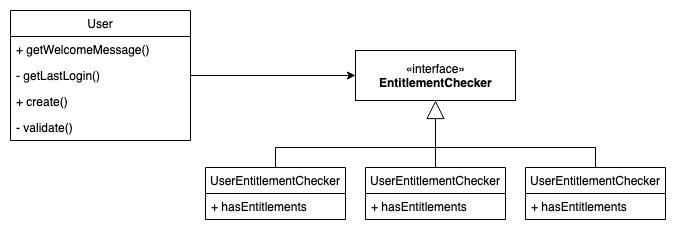
This is media/SOLID-single-responsibility-principle/EntitlementCheckers.png from JustinDFuller/medium-stories, a draw.io export, as it was before one commit. Source tidied: cells renumbered, new cells last; positions are measured from the earlier drawing's top-left corner, leaving out a move shared by most shapes.
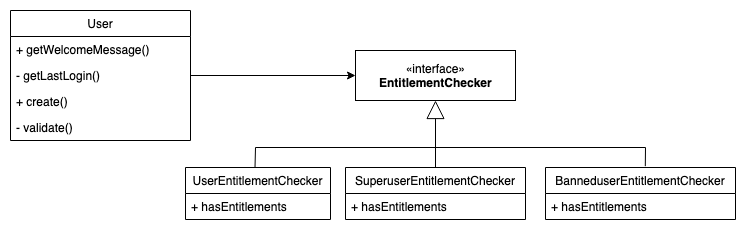
The same diagram one commit later.

Change to the diagram source:
```diff
@@ -24,46 +24,48 @@
       <mxGeometry relative="1" as="geometry" />
     </mxCell>
     <mxCell id="9" value="UserEntitlementChecker" style="swimlane;fontStyle=0;horizontal=1;startSize=26;fillColor=none;" parent="1" vertex="1">
-      <mxGeometry x="195" y="157" width="140" height="52" as="geometry" />
+      <mxGeometry x="175" y="157" width="145" height="52" as="geometry" />
     </mxCell>
     <mxCell id="10" value="+ hasEntitlements" style="text;strokeColor=none;fillColor=none;align=left;verticalAlign=top;spacingLeft=4;spacingRight=4;overflow=hidden;" parent="9" vertex="1">
-      <mxGeometry y="26" width="140" height="26" as="geometry" />
+      <mxGeometry y="26" width="145" height="26" as="geometry" />
     </mxCell>
-    <mxCell id="11" value="UserEntitlementChecker" style="swimlane;fontStyle=0;horizontal=1;startSize=26;fillColor=none;" parent="1" vertex="1">
-      <mxGeometry x="515" y="157" width="140" height="52" as="geometry" />
+    <mxCell id="11" value="BanneduserEntitlementChecker" style="swimlane;fontStyle=0;horizontal=1;startSize=26;fillColor=none;" parent="1" vertex="1">
+      <mxGeometry x="535" y="157" width="190" height="52" as="geometry" />
     </mxCell>
     <mxCell id="12" value="+ hasEntitlements" style="text;strokeColor=none;fillColor=none;align=left;verticalAlign=top;spacingLeft=4;spacingRight=4;overflow=hidden;" parent="11" vertex="1">
-      <mxGeometry y="26" width="140" height="26" as="geometry" />
+      <mxGeometry y="26" width="190" height="26" as="geometry" />
     </mxCell>
-    <mxCell id="13" value="UserEntitlementChecker" style="swimlane;fontStyle=0;horizontal=1;startSize=26;fillColor=none;" parent="1" vertex="1">
-      <mxGeometry x="355" y="157" width="140" height="52" as="geometry" />
+    <mxCell id="13" value="SuperuserEntitlementChecker" style="swimlane;fontStyle=0;horizontal=1;startSize=26;fillColor=none;" parent="1" vertex="1">
+      <mxGeometry x="335" y="157" width="180" height="52" as="geometry" />
     </mxCell>
     <mxCell id="14" value="+ hasEntitlements" style="text;strokeColor=none;fillColor=none;align=left;verticalAlign=top;spacingLeft=4;spacingRight=4;overflow=hidden;" parent="13" vertex="1">
-      <mxGeometry y="26" width="140" height="26" as="geometry" />
+      <mxGeometry y="26" width="180" height="26" as="geometry" />
     </mxCell>
     <mxCell id="15" style="endArrow=block;endSize=16;endFill=0;html=1;entryX=0.5;entryY=1;entryDx=0;entryDy=0;exitX=0.5;exitY=0;exitDx=0;exitDy=0;" parent="1" edge="1" source="13" target="7">
       <mxGeometry relative="1" as="geometry" />
     </mxCell>
     <mxCell id="16" style="endArrow=none;html=1;" parent="1" edge="1">
       <mxGeometry relative="1" as="geometry">
-        <mxPoint x="265" y="137" as="sourcePoint" />
+        <mxPoint x="245" y="137" as="sourcePoint" />
         <mxPoint x="425" y="137" as="targetPoint" />
       </mxGeometry>
     </mxCell>
     <mxCell id="17" style="endArrow=none;html=1;" parent="1" edge="1">
       <mxGeometry relative="1" as="geometry">
         <mxPoint x="425" y="137" as="sourcePoint" />
-        <mxPoint x="585" y="137" as="targetPoint" />
+        <mxPoint x="635" y="137" as="targetPoint" />
       </mxGeometry>
     </mxCell>
-    <mxCell id="18" style="endArrow=none;html=1;exitX=0.5;exitY=0;exitDx=0;exitDy=0;" parent="1" edge="1" source="9">
+    <mxCell id="18" style="endArrow=none;html=1;exitX=0.5;exitY=0;exitDx=0;exitDy=0;" parent="1" edge="1">
       <mxGeometry relative="1" as="geometry">
-        <mxPoint x="265" y="137" as="targetPoint" />
+        <mxPoint x="244.5" y="157" as="sourcePoint" />
+        <mxPoint x="245" y="137" as="targetPoint" />
       </mxGeometry>
     </mxCell>
-    <mxCell id="19" style="endArrow=none;html=1;exitX=0.5;exitY=0;exitDx=0;exitDy=0;" parent="1" edge="1" source="11">
+    <mxCell id="19" style="endArrow=none;html=1;exitX=0.52;exitY=-0.025;exitDx=0;exitDy=0;exitPerimeter=0;" parent="1" edge="1">
       <mxGeometry relative="1" as="geometry">
-        <mxPoint x="585" y="137" as="targetPoint" />
+        <mxPoint x="634.8" y="155.7" as="sourcePoint" />
+        <mxPoint x="635" y="137" as="targetPoint" />
       </mxGeometry>
     </mxCell>
   </root>
```
